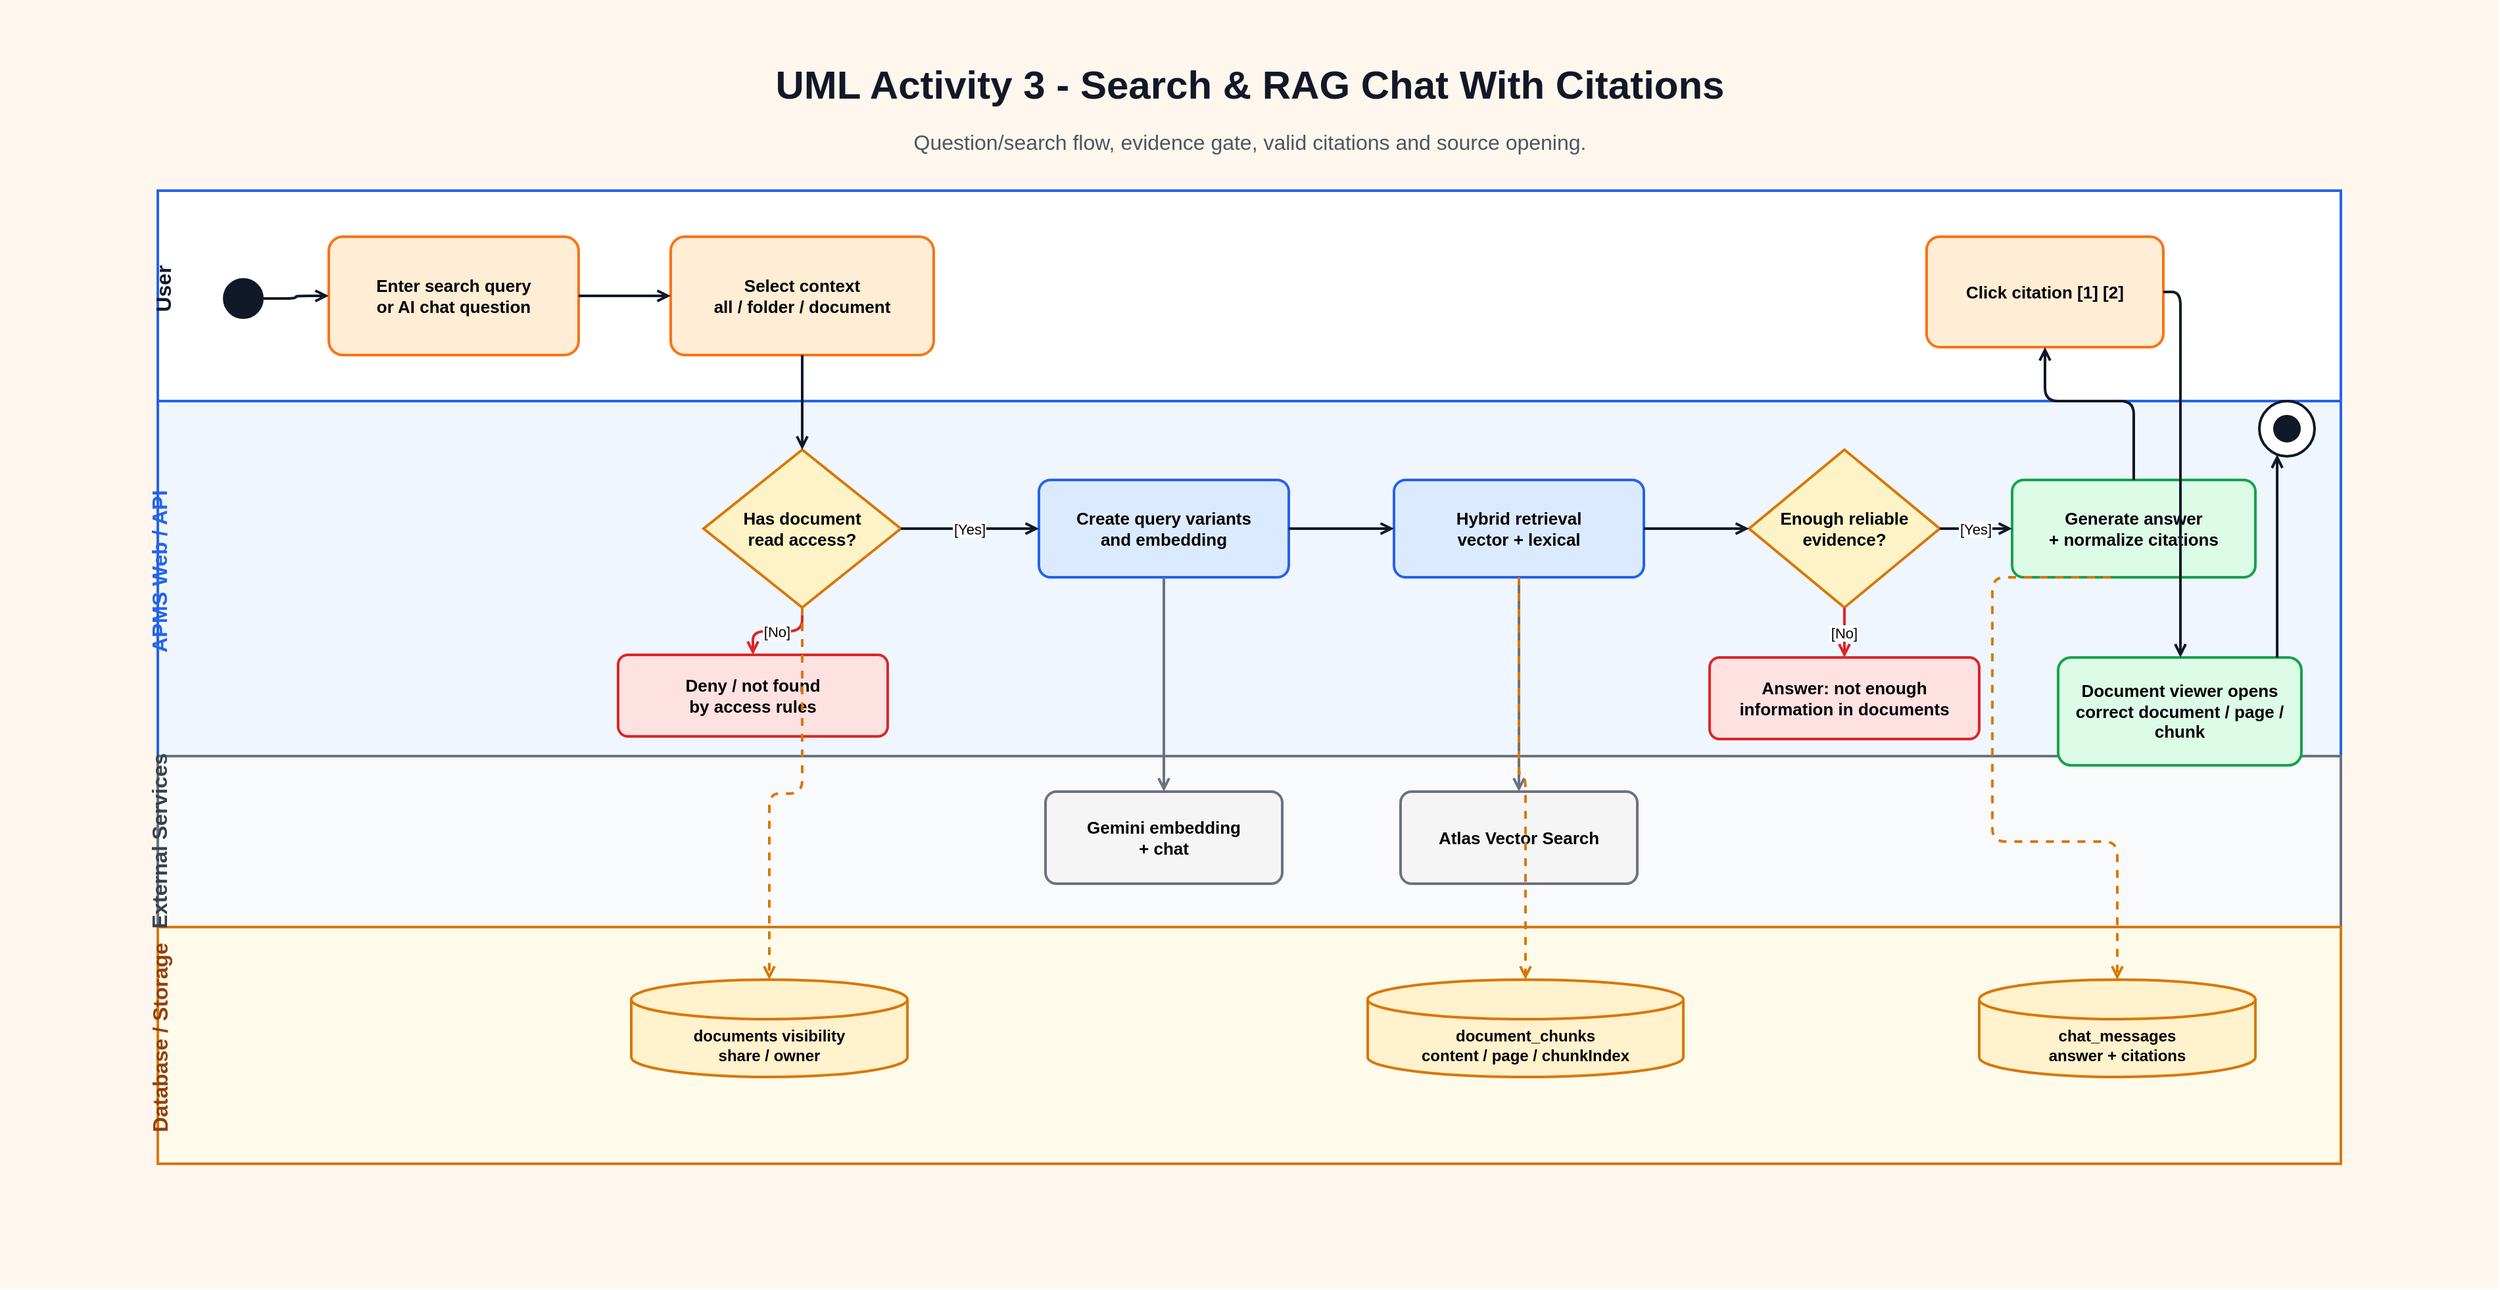
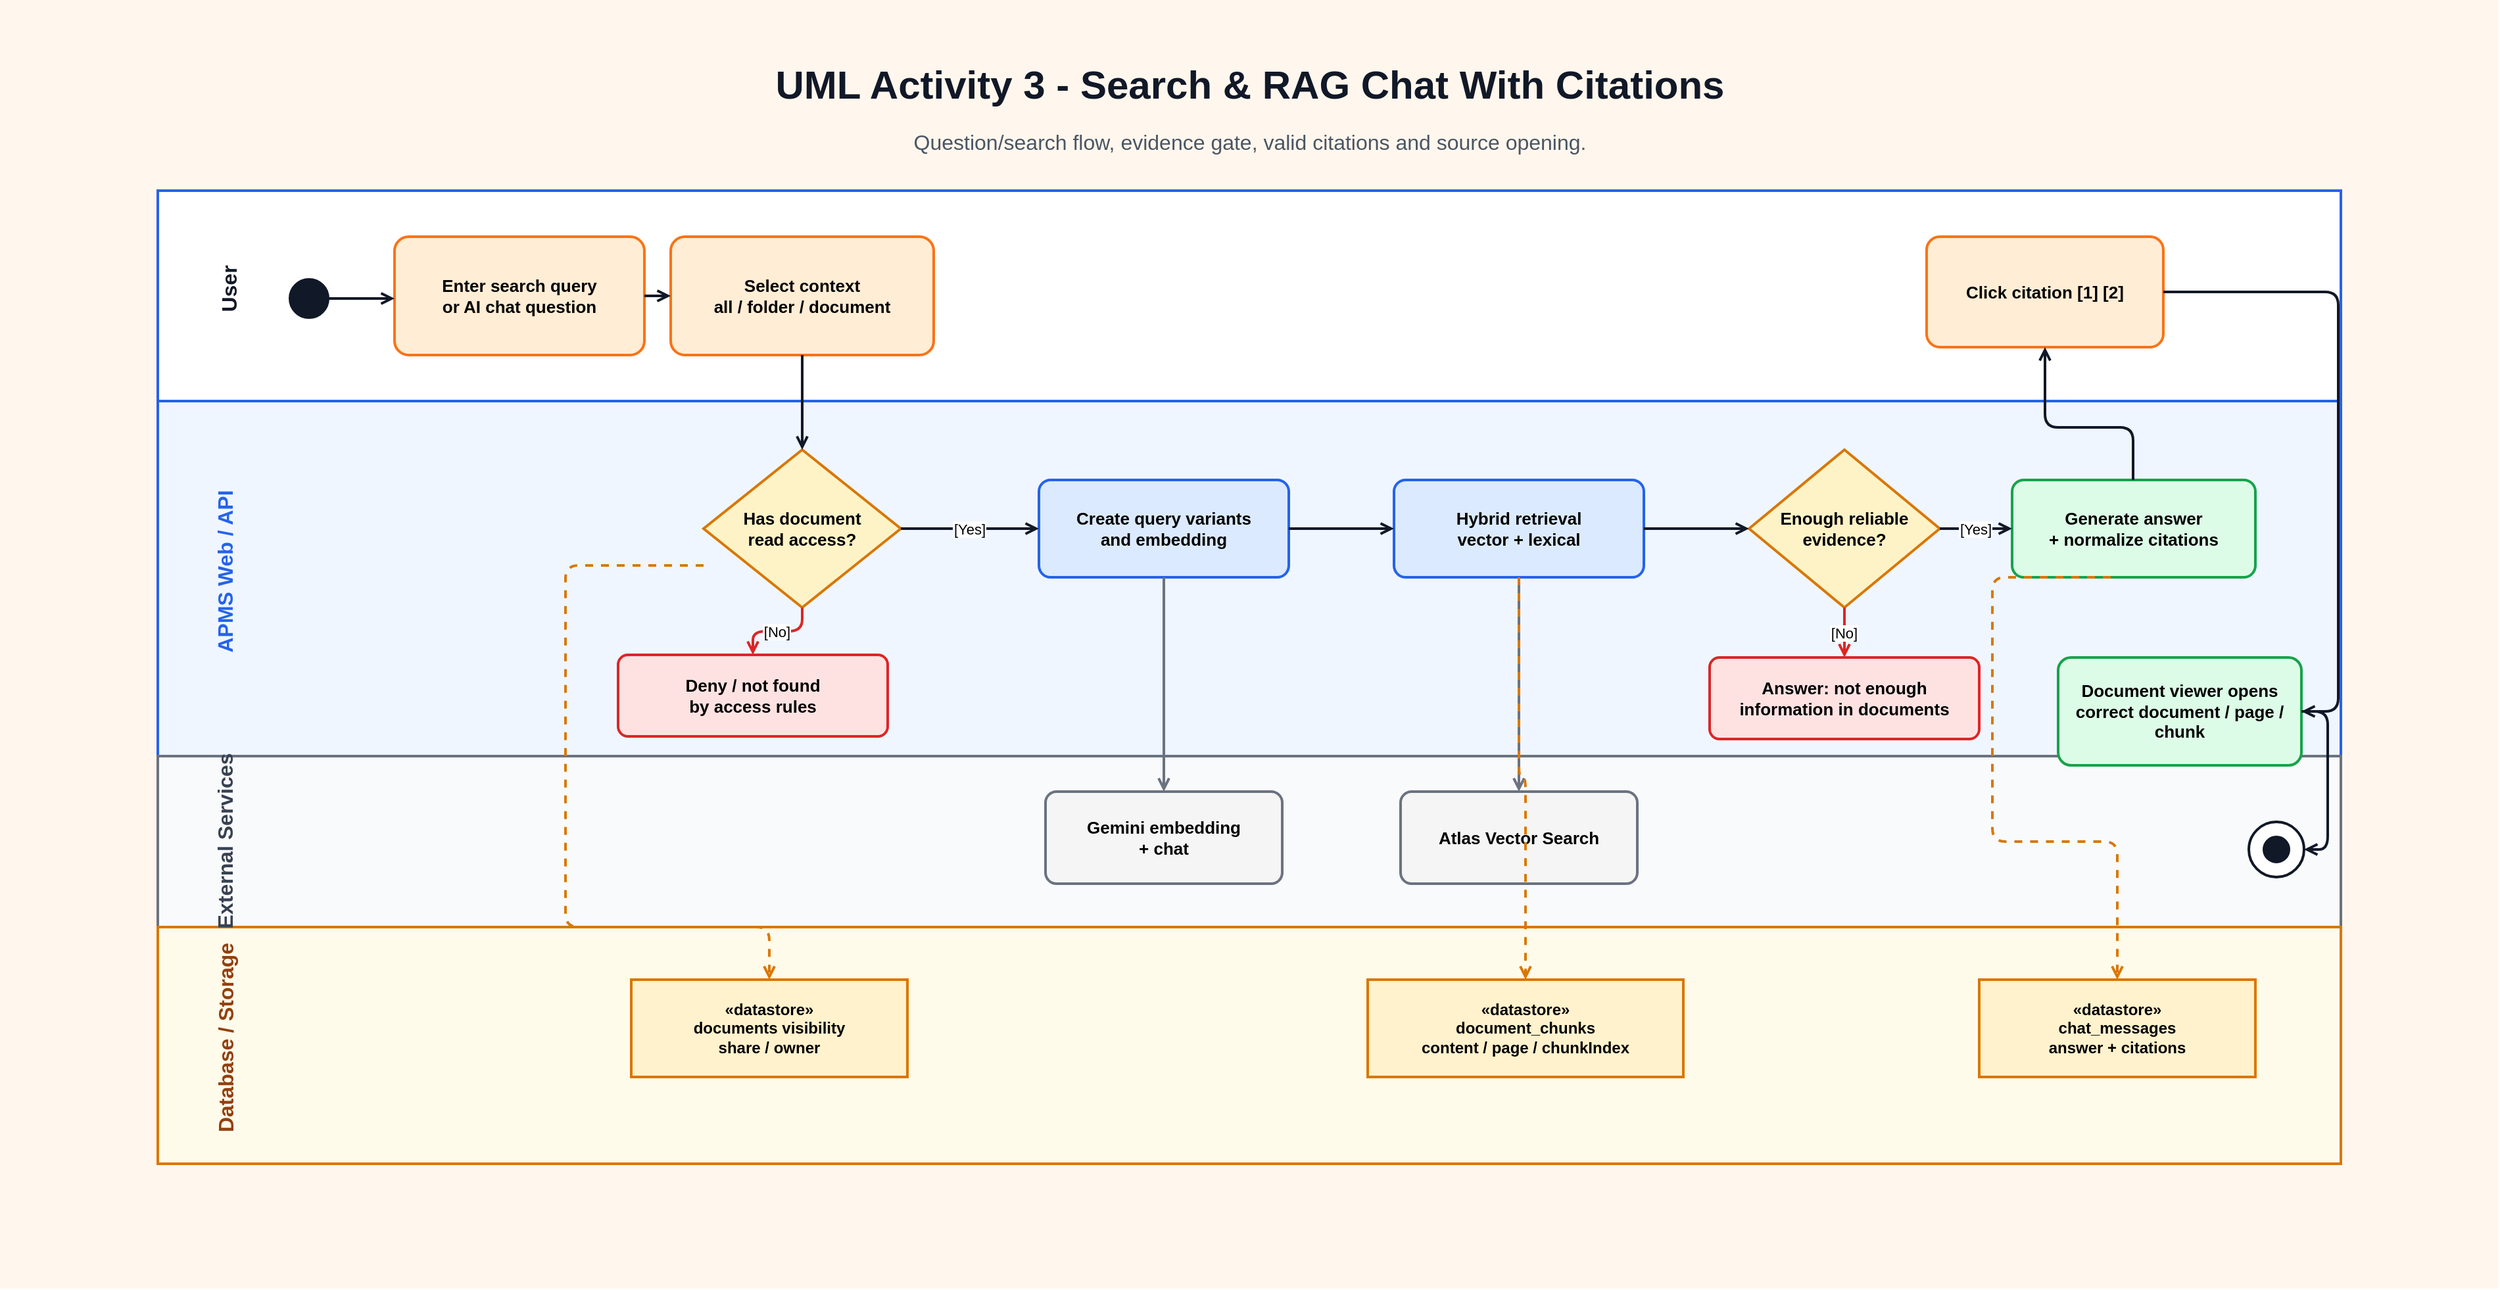
﻿<mxfile host="app.diagrams.net" modified="2026-07-16T00:00:00.000Z" agent="Codex" version="24.7.17">
  <diagram id="apms-main-flow-3-search-rag-citation-activity" name="UML Activity 3">
    <mxGraphModel dx="1900" dy="980" grid="1" gridSize="10" guides="1" tooltips="1" connect="1" arrows="1" fold="1" page="1" pageScale="1" pageWidth="1900" pageHeight="980" math="0" shadow="0">
      <root>
        <mxCell id="0" />
        <mxCell id="1" parent="0" />
        <mxCell id="bg" parent="1" style="rounded=0;whiteSpace=wrap;html=1;fillColor=#fff7ed;strokeColor=none;" value="" vertex="1"><mxGeometry x="0" y="0" width="1900" height="980" as="geometry" /></mxCell>
        <mxCell id="title" parent="1" style="text;html=1;strokeColor=none;fillColor=none;fontSize=30;fontStyle=1;fontColor=#111827;align=center;" value="UML Activity 3 - Search &amp; RAG Chat With Citations" vertex="1"><mxGeometry x="300" y="40" width="1300" height="48" as="geometry" /></mxCell>
        <mxCell id="subtitle" parent="1" style="text;html=1;strokeColor=none;fillColor=none;fontSize=16;fontColor=#4b5563;align=center;" value="Question/search flow, evidence gate, valid citations and source opening." vertex="1"><mxGeometry x="350" y="92" width="1200" height="28" as="geometry" /></mxCell>

        <mxCell id="frame" parent="1" style="rounded=0;whiteSpace=wrap;html=1;fillColor=#ffffff;strokeColor=#111827;strokeWidth=2;" value="" vertex="1"><mxGeometry x="120" y="145" width="1660" height="740" as="geometry" /></mxCell>
        <mxCell id="laneUser" parent="1" style="rounded=0;whiteSpace=wrap;html=1;fillColor=#ffffff;strokeColor=#2563eb;strokeWidth=2;" value="" vertex="1"><mxGeometry x="120" y="145" width="1660" height="160" as="geometry" /></mxCell>
        <mxCell id="laneApms" parent="1" style="rounded=0;whiteSpace=wrap;html=1;fillColor=#eff6ff;strokeColor=#2563eb;strokeWidth=2;" value="" vertex="1"><mxGeometry x="120" y="305" width="1660" height="270" as="geometry" /></mxCell>
        <mxCell id="laneExt" parent="1" style="rounded=0;whiteSpace=wrap;html=1;fillColor=#f9fafb;strokeColor=#6b7280;strokeWidth=2;" value="" vertex="1"><mxGeometry x="120" y="575" width="1660" height="130" as="geometry" /></mxCell>
        <mxCell id="laneData" parent="1" style="rounded=0;whiteSpace=wrap;html=1;fillColor=#fffbeb;strokeColor=#d97706;strokeWidth=2;" value="" vertex="1"><mxGeometry x="120" y="705" width="1660" height="180" as="geometry" /></mxCell>
-         <mxCell id="l1" parent="1" style="text;html=1;strokeColor=none;fillColor=none;fontSize=16;fontStyle=1;fontColor=#111827;rotation=-90;align=center;" value="User" vertex="1"><mxGeometry x="78" y="205" width="90" height="30" as="geometry" /></mxCell>
-         <mxCell id="l2" parent="1" style="text;html=1;strokeColor=none;fillColor=none;fontSize=16;fontStyle=1;fontColor=#2563eb;rotation=-90;align=center;" value="APMS Web / API" vertex="1"><mxGeometry x="75" y="420" width="90" height="30" as="geometry" /></mxCell>
-         <mxCell id="l3" parent="1" style="text;html=1;strokeColor=none;fillColor=none;fontSize=16;fontStyle=1;fontColor=#374151;rotation=-90;align=center;" value="External Services" vertex="1"><mxGeometry x="72" y="625" width="96" height="30" as="geometry" /></mxCell>
-         <mxCell id="l4" parent="1" style="text;html=1;strokeColor=none;fillColor=none;fontSize=16;fontStyle=1;fontColor=#92400e;rotation=-90;align=center;" value="Database / Storage" vertex="1"><mxGeometry x="58" y="775" width="125" height="30" as="geometry" /></mxCell>
+         <mxCell id="l1" parent="1" style="text;html=1;strokeColor=none;fillColor=none;fontSize=16;fontStyle=1;fontColor=#111827;rotation=-90;align=center;" value="User" vertex="1"><mxGeometry x="128" y="205" width="90" height="30" as="geometry" /></mxCell>
+         <mxCell id="l2" parent="1" style="text;html=1;strokeColor=none;fillColor=none;fontSize=16;fontStyle=1;fontColor=#2563eb;rotation=-90;align=center;" value="APMS Web / API" vertex="1"><mxGeometry x="125" y="420" width="90" height="30" as="geometry" /></mxCell>
+         <mxCell id="l3" parent="1" style="text;html=1;strokeColor=none;fillColor=none;fontSize=16;fontStyle=1;fontColor=#374151;rotation=-90;align=center;" value="External Services" vertex="1"><mxGeometry x="122" y="625" width="96" height="30" as="geometry" /></mxCell>
+         <mxCell id="l4" parent="1" style="text;html=1;strokeColor=none;fillColor=none;fontSize=16;fontStyle=1;fontColor=#92400e;rotation=-90;align=center;" value="Database / Storage" vertex="1"><mxGeometry x="108" y="775" width="125" height="30" as="geometry" /></mxCell>

-         <mxCell id="start" parent="1" style="ellipse;html=1;shape=ellipse;fillColor=#111827;strokeColor=#111827;" value="" vertex="1"><mxGeometry x="170" y="212" width="30" height="30" as="geometry" /></mxCell>
-         <mxCell id="ask" parent="1" style="rounded=1;whiteSpace=wrap;html=1;fillColor=#ffedd5;strokeColor=#f97316;strokeWidth=2;arcSize=12;fontSize=13;fontStyle=1;" value="Enter search query&lt;br&gt;or AI chat question" vertex="1"><mxGeometry x="250" y="180" width="190" height="90" as="geometry" /></mxCell>
+         <mxCell id="start" parent="1" style="ellipse;html=1;shape=ellipse;fillColor=#111827;strokeColor=#111827;" value="" vertex="1"><mxGeometry x="220" y="212" width="30" height="30" as="geometry" /></mxCell>
+         <mxCell id="ask" parent="1" style="rounded=1;whiteSpace=wrap;html=1;fillColor=#ffedd5;strokeColor=#f97316;strokeWidth=2;arcSize=12;fontSize=13;fontStyle=1;" value="Enter search query&lt;br&gt;or AI chat question" vertex="1"><mxGeometry x="300" y="180" width="190" height="90" as="geometry" /></mxCell>
        <mxCell id="context" parent="1" style="rounded=1;whiteSpace=wrap;html=1;fillColor=#ffedd5;strokeColor=#f97316;strokeWidth=2;arcSize=12;fontSize=13;fontStyle=1;" value="Select context&lt;br&gt;all / folder / document" vertex="1"><mxGeometry x="510" y="180" width="200" height="90" as="geometry" /></mxCell>
        <mxCell id="permission" parent="1" style="rhombus;whiteSpace=wrap;html=1;fillColor=#fef3c7;strokeColor=#d97706;strokeWidth=2;fontSize=13;fontStyle=1;" value="Has document&lt;br&gt;read access?" vertex="1"><mxGeometry x="535" y="342" width="150" height="120" as="geometry" /></mxCell>
        <mxCell id="deny" parent="1" style="rounded=1;whiteSpace=wrap;html=1;fillColor=#fee2e2;strokeColor=#dc2626;strokeWidth=2;arcSize=12;fontSize=13;fontStyle=1;" value="Deny / not found&lt;br&gt;by access rules" vertex="1"><mxGeometry x="470" y="498" width="205" height="62" as="geometry" /></mxCell>
        <mxCell id="query" parent="1" style="rounded=1;whiteSpace=wrap;html=1;fillColor=#dbeafe;strokeColor=#2563eb;strokeWidth=2;arcSize=12;fontSize=13;fontStyle=1;" value="Create query variants&lt;br&gt;and embedding" vertex="1"><mxGeometry x="790" y="365" width="190" height="74" as="geometry" /></mxCell>
        <mxCell id="gemini" parent="1" style="rounded=1;whiteSpace=wrap;html=1;fillColor=#f5f5f5;strokeColor=#6b7280;strokeWidth=2;arcSize=12;fontSize=13;fontStyle=1;" value="Gemini embedding&lt;br&gt;+ chat" vertex="1"><mxGeometry x="795" y="602" width="180" height="70" as="geometry" /></mxCell>
        <mxCell id="retrieve" parent="1" style="rounded=1;whiteSpace=wrap;html=1;fillColor=#dbeafe;strokeColor=#2563eb;strokeWidth=2;arcSize=12;fontSize=13;fontStyle=1;" value="Hybrid retrieval&lt;br&gt;vector + lexical" vertex="1"><mxGeometry x="1060" y="365" width="190" height="74" as="geometry" /></mxCell>
        <mxCell id="atlas" parent="1" style="rounded=1;whiteSpace=wrap;html=1;fillColor=#f5f5f5;strokeColor=#6b7280;strokeWidth=2;arcSize=12;fontSize=13;fontStyle=1;" value="Atlas Vector Search" vertex="1"><mxGeometry x="1065" y="602" width="180" height="70" as="geometry" /></mxCell>
        <mxCell id="gate" parent="1" style="rhombus;whiteSpace=wrap;html=1;fillColor=#fef3c7;strokeColor=#d97706;strokeWidth=2;fontSize=13;fontStyle=1;" value="Enough reliable&lt;br&gt;evidence?" vertex="1"><mxGeometry x="1330" y="342" width="145" height="120" as="geometry" /></mxCell>
        <mxCell id="safe" parent="1" style="rounded=1;whiteSpace=wrap;html=1;fillColor=#fee2e2;strokeColor=#dc2626;strokeWidth=2;arcSize=12;fontSize=13;fontStyle=1;" value="Answer: not enough&lt;br&gt;information in documents" vertex="1"><mxGeometry x="1300" y="500" width="205" height="62" as="geometry" /></mxCell>
        <mxCell id="answer" parent="1" style="rounded=1;whiteSpace=wrap;html=1;fillColor=#dcfce7;strokeColor=#16a34a;strokeWidth=2;arcSize=12;fontSize=13;fontStyle=1;" value="Generate answer&lt;br&gt;+ normalize citations" vertex="1"><mxGeometry x="1530" y="365" width="185" height="74" as="geometry" /></mxCell>
        <mxCell id="click" parent="1" style="rounded=1;whiteSpace=wrap;html=1;fillColor=#ffedd5;strokeColor=#f97316;strokeWidth=2;arcSize=12;fontSize=13;fontStyle=1;" value="Click citation [1] [2]" vertex="1"><mxGeometry x="1465" y="180" width="180" height="84" as="geometry" /></mxCell>
        <mxCell id="viewer" parent="1" style="rounded=1;whiteSpace=wrap;html=1;fillColor=#dcfce7;strokeColor=#16a34a;strokeWidth=2;arcSize=12;fontSize=13;fontStyle=1;" value="Document viewer opens&lt;br&gt;correct document / page / chunk" vertex="1"><mxGeometry x="1565" y="500" width="185" height="82" as="geometry" /></mxCell>
-         <mxCell id="endOuter" parent="1" style="ellipse;html=1;shape=ellipse;fillColor=#ffffff;strokeColor=#111827;strokeWidth=2;" value="" vertex="1"><mxGeometry x="1718" y="305" width="42" height="42" as="geometry" /></mxCell>
-         <mxCell id="endInner" parent="1" style="ellipse;html=1;shape=ellipse;fillColor=#111827;strokeColor=#111827;" value="" vertex="1"><mxGeometry x="1729" y="316" width="20" height="20" as="geometry" /></mxCell>
+         <mxCell id="endOuter" parent="1" style="ellipse;html=1;shape=ellipse;fillColor=#ffffff;strokeColor=#111827;strokeWidth=2;" value="" vertex="1"><mxGeometry x="1710" y="625" width="42" height="42" as="geometry" /></mxCell>
+         <mxCell id="endInner" parent="1" style="ellipse;html=1;shape=ellipse;fillColor=#111827;strokeColor=#111827;" value="" vertex="1"><mxGeometry x="1721" y="636" width="20" height="20" as="geometry" /></mxCell>

-         <mxCell id="docs" parent="1" style="shape=cylinder3;whiteSpace=wrap;html=1;boundedLbl=1;backgroundOutline=1;size=15;fillColor=#fff2cc;strokeColor=#d97706;strokeWidth=2;fontSize=12;fontStyle=1;" value="documents visibility&lt;br&gt;share / owner" vertex="1"><mxGeometry x="480" y="745" width="210" height="74" as="geometry" /></mxCell>
-         <mxCell id="chunks" parent="1" style="shape=cylinder3;whiteSpace=wrap;html=1;boundedLbl=1;backgroundOutline=1;size=15;fillColor=#fff2cc;strokeColor=#d97706;strokeWidth=2;fontSize=12;fontStyle=1;" value="document_chunks&lt;br&gt;content / page / chunkIndex" vertex="1"><mxGeometry x="1040" y="745" width="240" height="74" as="geometry" /></mxCell>
-         <mxCell id="messages" parent="1" style="shape=cylinder3;whiteSpace=wrap;html=1;boundedLbl=1;backgroundOutline=1;size=15;fillColor=#fff2cc;strokeColor=#d97706;strokeWidth=2;fontSize=12;fontStyle=1;" value="chat_messages&lt;br&gt;answer + citations" vertex="1"><mxGeometry x="1505" y="745" width="210" height="74" as="geometry" /></mxCell>
+         <mxCell id="docs" parent="1" style="rounded=0;whiteSpace=wrap;html=1;fillColor=#fff2cc;strokeColor=#d97706;strokeWidth=2;fontSize=12;fontStyle=1;" value="&amp;laquo;datastore&amp;raquo;&lt;br&gt;documents visibility&lt;br&gt;share / owner" vertex="1"><mxGeometry x="480" y="745" width="210" height="74" as="geometry" /></mxCell>
+         <mxCell id="chunks" parent="1" style="rounded=0;whiteSpace=wrap;html=1;fillColor=#fff2cc;strokeColor=#d97706;strokeWidth=2;fontSize=12;fontStyle=1;" value="&amp;laquo;datastore&amp;raquo;&lt;br&gt;document_chunks&lt;br&gt;content / page / chunkIndex" vertex="1"><mxGeometry x="1040" y="745" width="240" height="74" as="geometry" /></mxCell>
+         <mxCell id="messages" parent="1" style="rounded=0;whiteSpace=wrap;html=1;fillColor=#fff2cc;strokeColor=#d97706;strokeWidth=2;fontSize=12;fontStyle=1;" value="&amp;laquo;datastore&amp;raquo;&lt;br&gt;chat_messages&lt;br&gt;answer + citations" vertex="1"><mxGeometry x="1505" y="745" width="210" height="74" as="geometry" /></mxCell>

-         <mxCell id="e1" parent="1" style="edgeStyle=orthogonalEdgeStyle;rounded=1;strokeColor=#111827;strokeWidth=2;endArrow=open;" value="" edge="1" source="start" target="ask"><mxGeometry relative="1" as="geometry" /></mxCell>
+         <mxCell id="e1" parent="1" style="edgeStyle=orthogonalEdgeStyle;rounded=1;strokeColor=#111827;strokeWidth=2;endArrow=open;" value="" edge="1">
+           <mxGeometry relative="1" as="geometry">
+             <mxPoint x="250" y="227" as="sourcePoint" />
+             <mxPoint x="300" y="227" as="targetPoint" />
+           </mxGeometry>
+         </mxCell>
        <mxCell id="e2" parent="1" style="edgeStyle=orthogonalEdgeStyle;rounded=1;strokeColor=#111827;strokeWidth=2;endArrow=open;" value="" edge="1" source="ask" target="context"><mxGeometry relative="1" as="geometry" /></mxCell>
        <mxCell id="e3" parent="1" style="edgeStyle=orthogonalEdgeStyle;rounded=1;strokeColor=#111827;strokeWidth=2;endArrow=open;" value="" edge="1" source="context" target="permission"><mxGeometry relative="1" as="geometry" /></mxCell>
        <mxCell id="e4" parent="1" style="edgeStyle=orthogonalEdgeStyle;rounded=1;strokeColor=#dc2626;strokeWidth=2;endArrow=open;" value="[No]" edge="1" source="permission" target="deny"><mxGeometry relative="1" as="geometry" /></mxCell>
        <mxCell id="e5" parent="1" style="edgeStyle=orthogonalEdgeStyle;rounded=1;strokeColor=#111827;strokeWidth=2;endArrow=open;" value="[Yes]" edge="1" source="permission" target="query"><mxGeometry relative="1" as="geometry" /></mxCell>
        <mxCell id="e6" parent="1" style="edgeStyle=orthogonalEdgeStyle;rounded=1;strokeColor=#111827;strokeWidth=2;endArrow=open;" value="" edge="1" source="query" target="retrieve"><mxGeometry relative="1" as="geometry" /></mxCell>
        <mxCell id="e7" parent="1" style="edgeStyle=orthogonalEdgeStyle;rounded=1;strokeColor=#111827;strokeWidth=2;endArrow=open;" value="" edge="1" source="retrieve" target="gate"><mxGeometry relative="1" as="geometry" /></mxCell>
        <mxCell id="e8" parent="1" style="edgeStyle=orthogonalEdgeStyle;rounded=1;strokeColor=#dc2626;strokeWidth=2;endArrow=open;" value="[No]" edge="1" source="gate" target="safe"><mxGeometry relative="1" as="geometry" /></mxCell>
        <mxCell id="e9" parent="1" style="edgeStyle=orthogonalEdgeStyle;rounded=1;strokeColor=#111827;strokeWidth=2;endArrow=open;" value="[Yes]" edge="1" source="gate" target="answer"><mxGeometry relative="1" as="geometry" /></mxCell>
-         <mxCell id="e10" parent="1" style="edgeStyle=orthogonalEdgeStyle;rounded=1;strokeColor=#111827;strokeWidth=2;endArrow=open;" value="" edge="1" source="answer" target="click"><mxGeometry relative="1" as="geometry"><Array as="points"><mxPoint x="1622" y="305" /><mxPoint x="1555" y="305" /></Array></mxGeometry></mxCell>
-         <mxCell id="e11" parent="1" style="edgeStyle=orthogonalEdgeStyle;rounded=1;strokeColor=#111827;strokeWidth=2;endArrow=open;" value="" edge="1" source="click" target="viewer"><mxGeometry relative="1" as="geometry"><Array as="points"><mxPoint x="1658" y="222" /></Array></mxGeometry></mxCell>
-         <mxCell id="e12" parent="1" style="edgeStyle=orthogonalEdgeStyle;rounded=1;strokeColor=#111827;strokeWidth=2;endArrow=open;" value="" edge="1" source="viewer" target="endOuter"><mxGeometry relative="1" as="geometry"><Array as="points"><mxPoint x="1739" y="541" /></Array></mxGeometry></mxCell>
+         <mxCell id="e10" parent="1" style="edgeStyle=orthogonalEdgeStyle;rounded=1;strokeColor=#111827;strokeWidth=2;endArrow=open;" value="" edge="1">
+           <mxGeometry relative="1" as="geometry">
+             <mxPoint x="1622" y="365" as="sourcePoint" />
+             <mxPoint x="1555" y="264" as="targetPoint" />
+             <Array as="points">
+               <mxPoint x="1622" y="325" />
+               <mxPoint x="1555" y="325" />
+             </Array>
+           </mxGeometry>
+         </mxCell>
+         <mxCell id="e11" parent="1" style="edgeStyle=orthogonalEdgeStyle;rounded=1;strokeColor=#111827;strokeWidth=2;endArrow=open;" value="" edge="1">
+           <mxGeometry relative="1" as="geometry">
+             <mxPoint x="1645" y="222" as="sourcePoint" />
+             <mxPoint x="1750" y="541" as="targetPoint" />
+             <Array as="points">
+               <mxPoint x="1778" y="222" />
+               <mxPoint x="1778" y="541" />
+             </Array>
+           </mxGeometry>
+         </mxCell>
+         <mxCell id="e12" parent="1" style="edgeStyle=orthogonalEdgeStyle;rounded=1;strokeColor=#111827;strokeWidth=2;endArrow=open;" value="" edge="1">
+           <mxGeometry relative="1" as="geometry">
+             <mxPoint x="1750" y="541" as="sourcePoint" />
+             <mxPoint x="1752" y="646" as="targetPoint" />
+             <Array as="points">
+               <mxPoint x="1770" y="541" />
+               <mxPoint x="1770" y="646" />
+             </Array>
+           </mxGeometry>
+         </mxCell>

        <mxCell id="x1" parent="1" style="edgeStyle=orthogonalEdgeStyle;rounded=1;strokeColor=#6b7280;strokeWidth=2;endArrow=open;" value="" edge="1" source="query" target="gemini"><mxGeometry relative="1" as="geometry" /></mxCell>
        <mxCell id="x2" parent="1" style="edgeStyle=orthogonalEdgeStyle;rounded=1;strokeColor=#6b7280;strokeWidth=2;endArrow=open;" value="" edge="1" source="retrieve" target="atlas"><mxGeometry relative="1" as="geometry" /></mxCell>
-         <mxCell id="d1" parent="1" style="edgeStyle=orthogonalEdgeStyle;rounded=1;strokeColor=#d97706;strokeWidth=2;dashed=1;endArrow=open;" value="" edge="1" source="permission" target="docs"><mxGeometry relative="1" as="geometry" /></mxCell>
+         <mxCell id="d1" parent="1" style="edgeStyle=orthogonalEdgeStyle;rounded=1;strokeColor=#d97706;strokeWidth=2;dashed=1;endArrow=open;" value="" edge="1">
+           <mxGeometry relative="1" as="geometry">
+             <mxPoint x="535" y="430" as="sourcePoint" />
+             <mxPoint x="585" y="745" as="targetPoint" />
+             <Array as="points">
+               <mxPoint x="430" y="430" />
+               <mxPoint x="430" y="705" />
+               <mxPoint x="585" y="705" />
+             </Array>
+           </mxGeometry>
+         </mxCell>
        <mxCell id="d2" parent="1" style="edgeStyle=orthogonalEdgeStyle;rounded=1;strokeColor=#d97706;strokeWidth=2;dashed=1;endArrow=open;" value="" edge="1" source="retrieve" target="chunks"><mxGeometry relative="1" as="geometry" /></mxCell>
        <mxCell id="d3" parent="1" style="edgeStyle=orthogonalEdgeStyle;rounded=1;strokeColor=#d97706;strokeWidth=2;dashed=1;endArrow=open;" value="" edge="1">
          <mxGeometry relative="1" as="geometry">
            <mxPoint x="1605" y="439" as="sourcePoint" />
            <mxPoint x="1610" y="745" as="targetPoint" />
            <Array as="points">
              <mxPoint x="1515" y="640" />
              <mxPoint x="1610" y="640" />
            </Array>
          </mxGeometry>
        </mxCell>
      </root>
    </mxGraphModel>
  </diagram>
</mxfile>
